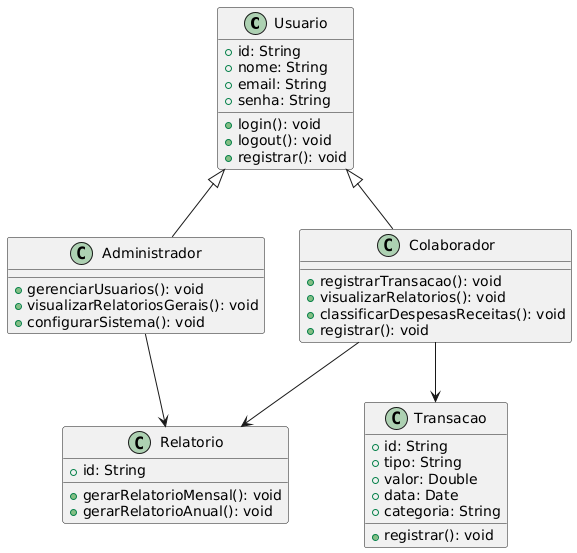
oliveiramarcelo12/ProjetoSistemaOrganizador keeps this PlantUML diagram as diagramas/DiagramaClasse1.png. Above is the earlier version.
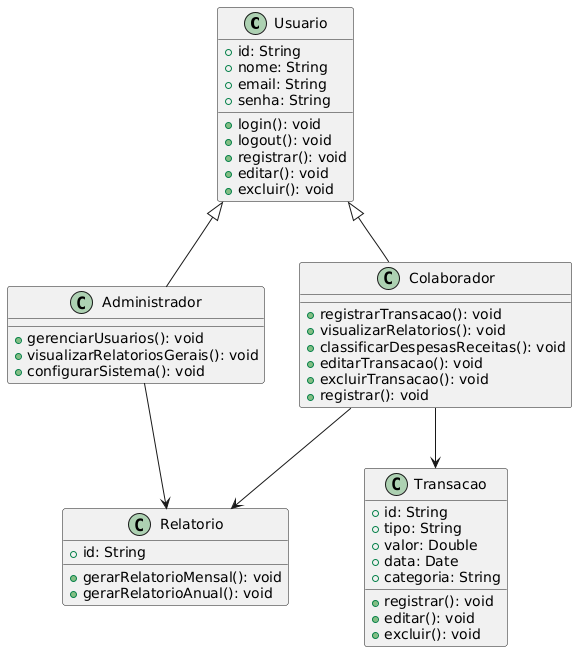
The same diagram one commit later.

What changed in the source:
```diff
@@ -7,6 +7,8 @@
   +login(): void
   +logout(): void
   +registrar(): void
+  +editar(): void
+  +excluir(): void
 }
 
 class Administrador {
@@ -19,6 +21,8 @@
   +registrarTransacao(): void
   +visualizarRelatorios(): void
   +classificarDespesasReceitas(): void
+  +editarTransacao(): void
+  +excluirTransacao(): void
   +registrar(): void
 }
 
@@ -29,6 +33,8 @@
   +data: Date
   +categoria: String
   +registrar(): void
+  +editar(): void
+  +excluir(): void
 }
 
 class Relatorio {
```
